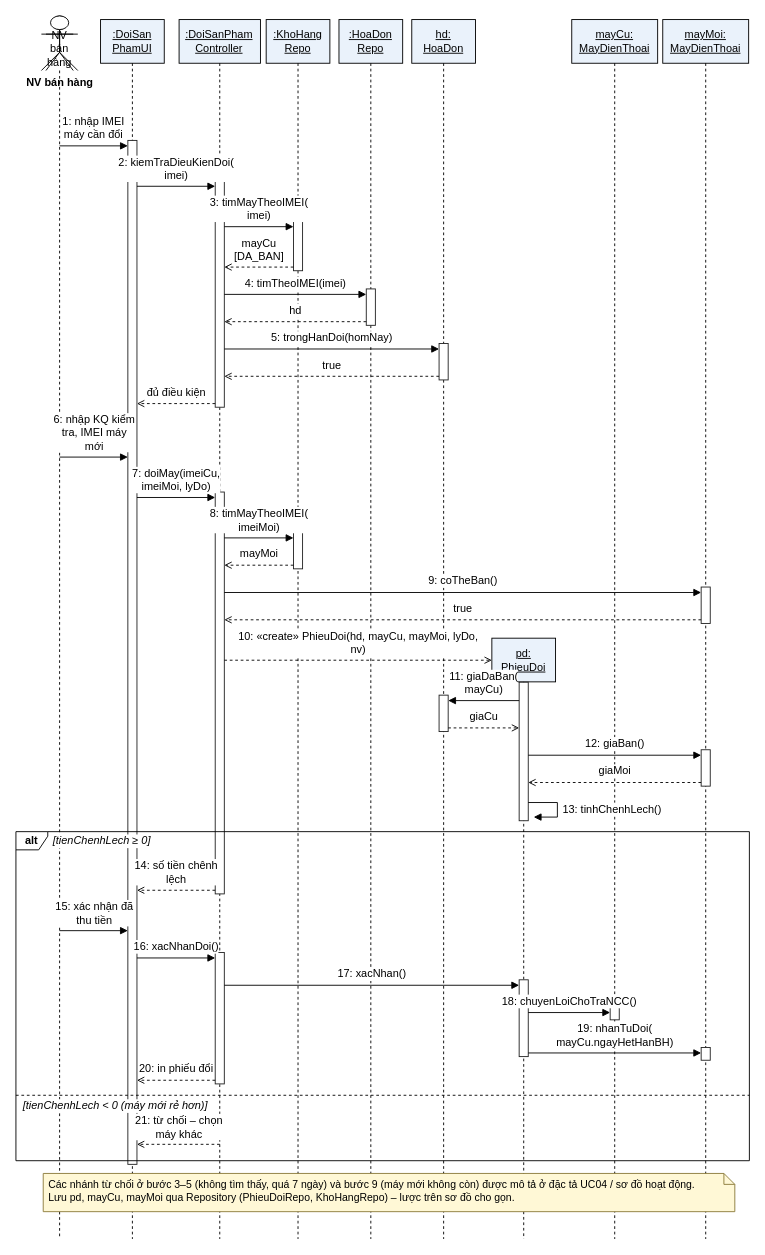
The draw.io diagram SoDo/07_SD_DoiSanPham.drawio in trungkien1407/OOP, before the edit. Source tidied: cells renumbered, new cells numbered last; positions are measured from the earlier drawing's top-left corner, leaving out a move shared by most shapes. Both pictures are drawn from the tidied source at 91%, with x=0, y=0 at pixel (15, 15).
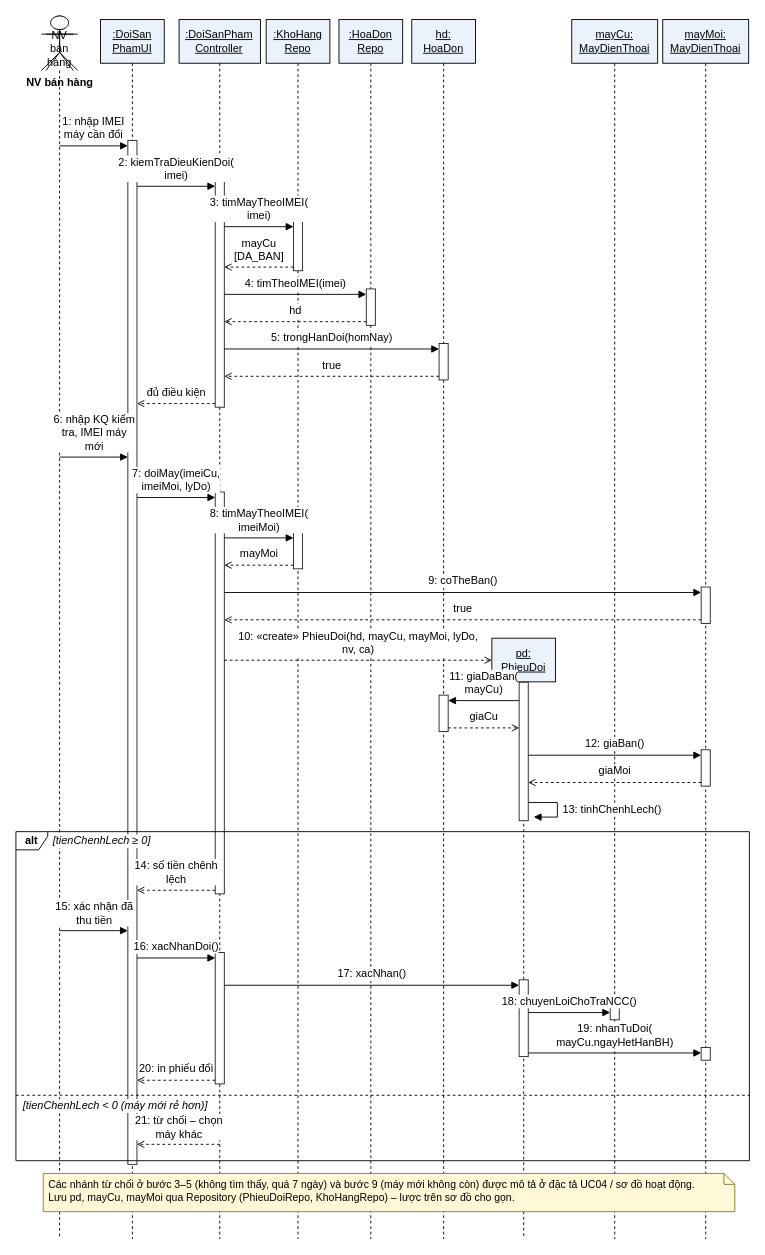
The same page after the edit.

Change to the diagram source:
```diff
@@
-    <mxCell id="58" value="10: «create» PhieuDoi(hd, mayCu, mayMoi, lyDo,&lt;br&gt;nv)" style="text;html=1;align=center;verticalAlign=middle;fontSize=12;spacing=0;labelBackgroundColor=#ffffff;" parent="1" vertex="1">
+    <mxCell id="58" value="10: «create» PhieuDoi(hd, mayCu, mayMoi, lyDo,&lt;br&gt;nv, ca)" style="text;html=1;align=center;verticalAlign=middle;fontSize=12;spacing=0;labelBackgroundColor=#ffffff;" parent="1" vertex="1">
       <mxGeometry x="233" y="671.6" width="286" height="34" as="geometry" />
     </mxCell>
```
